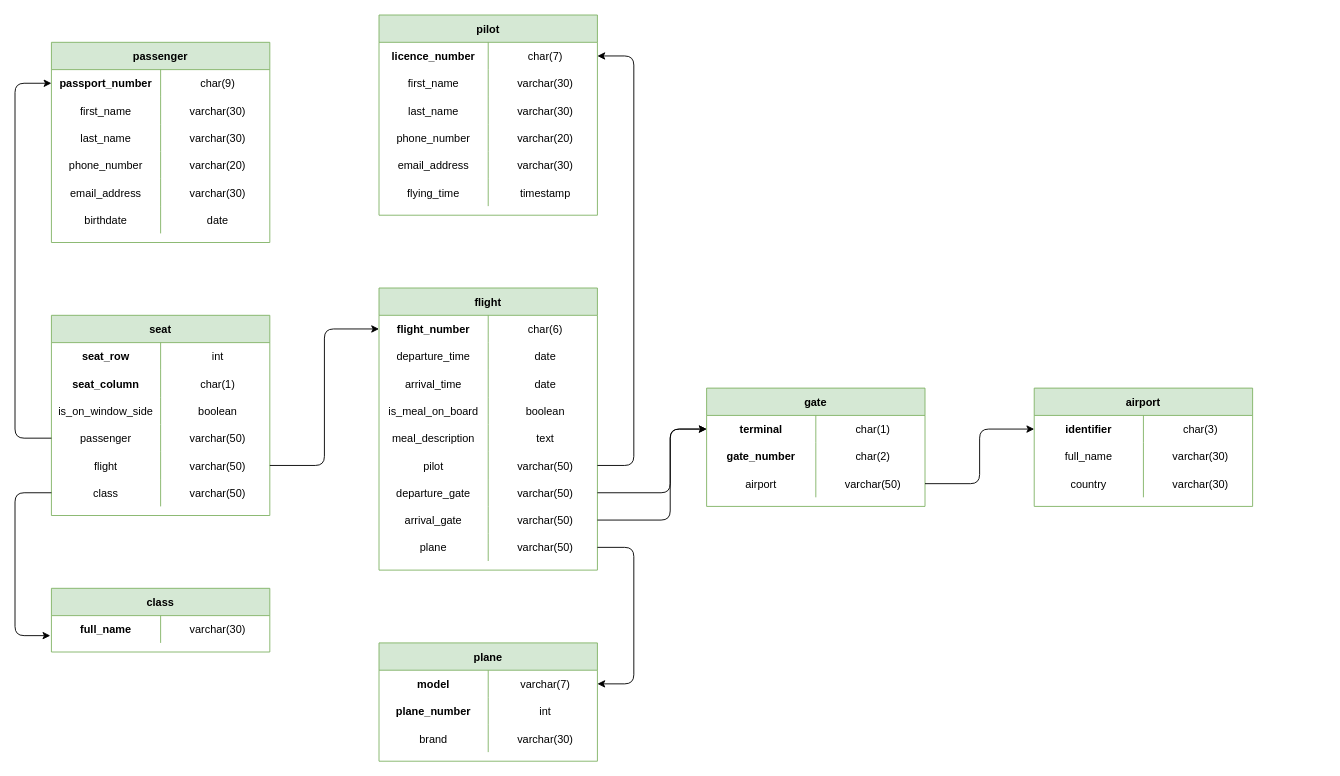
pauline-lr/Flight-manager keeps this draw.io diagram as Version 3.0/3.0 - schéma tables.drawio. Above is the earlier version. Source tidied: cells renumbered, new cells numbered last; positions are measured from the earlier drawing's top-left corner, leaving out a move shared by most shapes. Both pictures are drawn from the tidied source at 91%, with x=0, y=0 at pixel (15, 15).
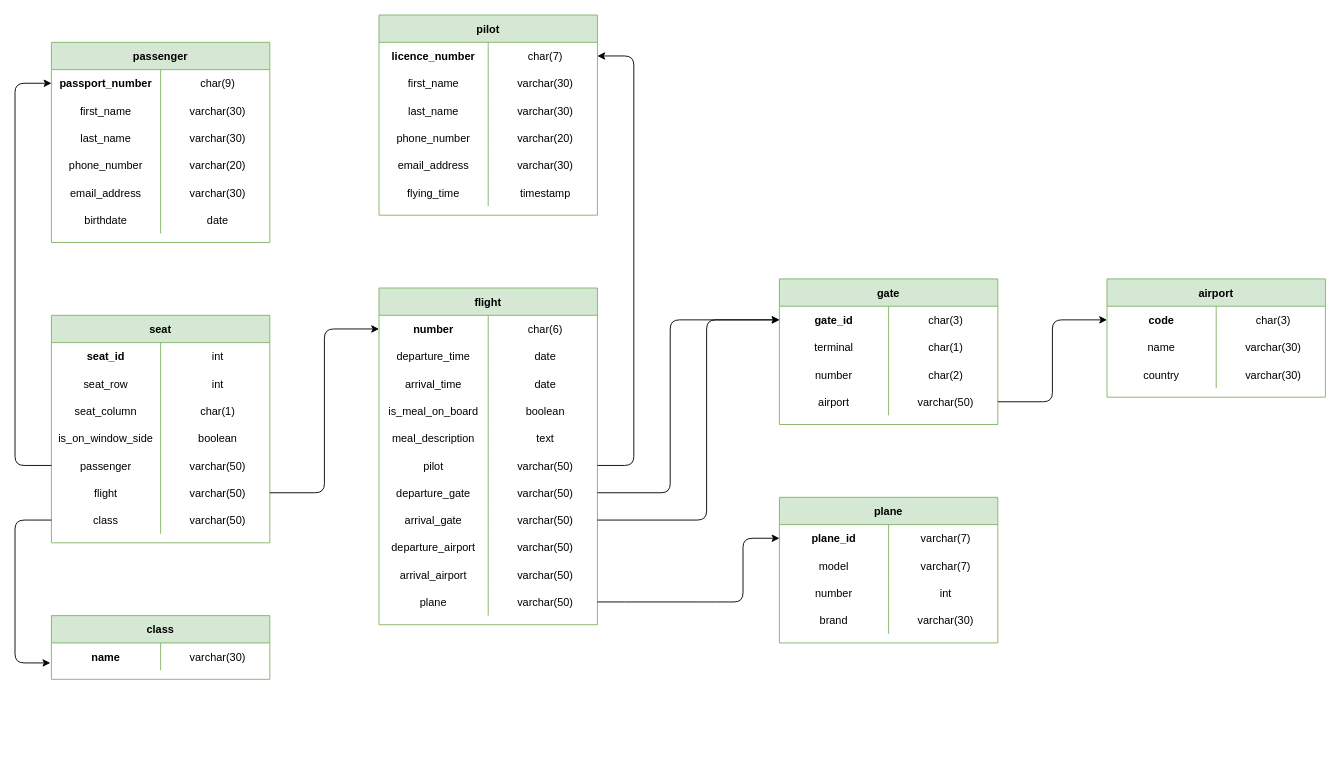
Above is the later version.

Unchanged cells that the change refers to:
```xml
<mxCell id="3" style="shape=partialRectangle;fillColor=none;top=0;left=0;bottom=0;right=0;points=[[0,0.5],[1,0.5]];portConstraint=eastwest;align=center;" parent="2" vertex="1">
  <mxGeometry y="30" width="240" height="30" as="geometry" />
</mxCell>
<mxCell id="21" style="shape=partialRectangle;fillColor=none;top=0;left=0;bottom=0;right=0;points=[[0,0.5],[1,0.5]];portConstraint=eastwest;align=center;" parent="2" vertex="1">
  <mxGeometry y="210" width="240" height="30" as="geometry" />
</mxCell>
<mxCell id="24" style="shape=partialRectangle;fillColor=none;top=0;left=0;bottom=0;right=0;points=[[0,0.5],[1,0.5]];portConstraint=eastwest;align=center;" parent="2" vertex="1">
  <mxGeometry y="240" width="240" height="30" as="geometry" />
</mxCell>
<mxCell id="31" style="shape=partialRectangle;fillColor=none;top=0;left=0;bottom=0;right=0;points=[[0,0.5],[1,0.5]];portConstraint=eastwest;align=center;" parent="30" vertex="1">
  <mxGeometry y="30" width="240" height="30" as="geometry" />
</mxCell>
<mxCell id="34" style="shape=partialRectangle;fillColor=none;top=0;left=0;bottom=0;right=0;align=center;" parent="30" vertex="1">
  <mxGeometry y="60" width="240" height="30" as="geometry" />
</mxCell>
<mxCell id="89" style="shape=partialRectangle;fillColor=none;top=0;left=0;bottom=0;right=0;points=[[0,0.5],[1,0.5]];portConstraint=eastwest;align=center;" parent="88" vertex="1">
  <mxGeometry y="30" width="240" height="30" as="geometry" />
</mxCell>
<mxCell id="112" style="shape=partialRectangle;fillColor=none;top=0;left=0;bottom=0;right=0;points=[[0,0.5],[1,0.5]];portConstraint=eastwest;align=center;" parent="111" vertex="1">
  <mxGeometry y="30" width="240" height="30" as="geometry" />
</mxCell>
```

The edit, as a diff of the source:
```diff
@@
     <mxCell id="2" value="flight" style="shape=table;startSize=30;childLayout=tableLayout;rowLines=0;fontStyle=1;align=center;fillColor=#d5e8d4;strokeColor=#82b366;" parent="1" vertex="1">
-      <mxGeometry x="400" y="300" width="240" height="310" as="geometry" />
+      <mxGeometry x="400" y="300" width="240" height="370" as="geometry" />
     </mxCell>
@@
-    <mxCell id="4" value="flight_number" style="shape=partialRectangle;fillColor=none;top=0;left=0;bottom=0;right=0;fontStyle=1;overflow=hidden;align=center;" parent="3" vertex="1">
+    <mxCell id="4" value="number" style="shape=partialRectangle;fillColor=none;top=0;left=0;bottom=0;right=0;fontStyle=1;overflow=hidden;align=center;" parent="3" vertex="1">
       <mxGeometry width="120" height="30" as="geometry" />
     </mxCell>
@@
+    <mxCell id="129" style="shape=partialRectangle;fillColor=none;top=0;left=0;bottom=0;right=0;align=center;" parent="2" vertex="1">
+      <mxGeometry y="270" width="240" height="30" as="geometry" />
+    </mxCell>
+    <mxCell id="130" value="departure_airport" style="shape=partialRectangle;fillColor=none;top=0;left=0;bottom=0;right=0;fontStyle=0;overflow=hidden;align=center;" parent="129" vertex="1">
+      <mxGeometry width="120" height="30" as="geometry" />
+    </mxCell>
+    <mxCell id="131" value="varchar(50)" style="shape=partialRectangle;fillColor=none;top=0;left=0;bottom=0;right=0;align=center;spacingLeft=6;fontStyle=0;overflow=hidden;" parent="129" vertex="1">
+      <mxGeometry x="120" width="120" height="30" as="geometry" />
+    </mxCell>
+    <mxCell id="132" style="shape=partialRectangle;fillColor=none;top=0;left=0;bottom=0;right=0;align=center;" parent="2" vertex="1">
+      <mxGeometry y="300" width="240" height="30" as="geometry" />
+    </mxCell>
+    <mxCell id="133" value="arrival_airport" style="shape=partialRectangle;fillColor=none;top=0;left=0;bottom=0;right=0;fontStyle=0;overflow=hidden;align=center;" parent="132" vertex="1">
+      <mxGeometry width="120" height="30" as="geometry" />
+    </mxCell>
+    <mxCell id="134" value="varchar(50)" style="shape=partialRectangle;fillColor=none;top=0;left=0;bottom=0;right=0;align=center;spacingLeft=6;fontStyle=0;overflow=hidden;" parent="132" vertex="1">
+      <mxGeometry x="120" width="120" height="30" as="geometry" />
+    </mxCell>
     <mxCell id="27" style="shape=partialRectangle;fillColor=none;top=0;left=0;bottom=0;right=0;points=[[0,0.5],[1,0.5]];portConstraint=eastwest;align=center;" parent="2" vertex="1">
-      <mxGeometry y="270" width="240" height="30" as="geometry" />
+      <mxGeometry y="330" width="240" height="30" as="geometry" />
     </mxCell>
@@
     <mxCell id="30" value="airport" style="shape=table;startSize=30;childLayout=tableLayout;rowLines=0;fontStyle=1;align=center;fillColor=#d5e8d4;strokeColor=#82b366;" parent="1" vertex="1">
-      <mxGeometry x="1120" y="410" width="240" height="130" as="geometry" />
+      <mxGeometry x="1200" y="290" width="240" height="130" as="geometry" />
     </mxCell>
@@
-    <mxCell id="32" value="identifier" style="shape=partialRectangle;fillColor=none;top=0;left=0;bottom=0;right=0;fontStyle=1;overflow=hidden;align=center;" parent="31" vertex="1">
+    <mxCell id="32" value="code" style="shape=partialRectangle;fillColor=none;top=0;left=0;bottom=0;right=0;fontStyle=1;overflow=hidden;align=center;" parent="31" vertex="1">
       <mxGeometry width="120" height="30" as="geometry" />
     </mxCell>
@@
-    <mxCell id="35" value="full_name" style="shape=partialRectangle;fillColor=none;top=0;left=0;bottom=0;right=0;fontStyle=0;overflow=hidden;align=center;" parent="34" vertex="1">
+    <mxCell id="35" value="name" style="shape=partialRectangle;fillColor=none;top=0;left=0;bottom=0;right=0;fontStyle=0;overflow=hidden;align=center;" parent="34" vertex="1">
       <mxGeometry width="120" height="30" as="geometry" />
     </mxCell>
@@
     <mxCell id="40" value="plane" style="shape=table;startSize=30;childLayout=tableLayout;rowLines=0;fontStyle=1;align=center;fillColor=#d5e8d4;strokeColor=#82b366;" parent="1" vertex="1">
-      <mxGeometry x="400" y="690" width="240" height="130" as="geometry" />
+      <mxGeometry x="840" y="530" width="240" height="160" as="geometry" />
     </mxCell>
+    <mxCell id="135" style="shape=partialRectangle;fillColor=none;top=0;left=0;bottom=0;right=0;points=[[0,0.5],[1,0.5]];portConstraint=eastwest;align=center;" parent="40" vertex="1">
+      <mxGeometry y="30" width="240" height="30" as="geometry" />
+    </mxCell>
+    <mxCell id="136" value="plane_id" style="shape=partialRectangle;fillColor=none;top=0;left=0;bottom=0;right=0;fontStyle=1;overflow=hidden;align=center;" parent="135" vertex="1">
+      <mxGeometry width="120" height="30" as="geometry" />
+    </mxCell>
+    <mxCell id="137" value="varchar(7)" style="shape=partialRectangle;fillColor=none;top=0;left=0;bottom=0;right=0;align=center;spacingLeft=6;fontStyle=0;overflow=hidden;" parent="135" vertex="1">
+      <mxGeometry x="120" width="120" height="30" as="geometry" />
+    </mxCell>
     <mxCell id="41" style="shape=partialRectangle;fillColor=none;top=0;left=0;bottom=0;right=0;points=[[0,0.5],[1,0.5]];portConstraint=eastwest;align=center;" parent="40" vertex="1">
-      <mxGeometry y="30" width="240" height="30" as="geometry" />
+      <mxGeometry y="60" width="240" height="30" as="geometry" />
     </mxCell>
-    <mxCell id="42" value="model" style="shape=partialRectangle;fillColor=none;top=0;left=0;bottom=0;right=0;fontStyle=1;overflow=hidden;align=center;" parent="41" vertex="1">
+    <mxCell id="42" value="model" style="shape=partialRectangle;fillColor=none;top=0;left=0;bottom=0;right=0;fontStyle=0;overflow=hidden;align=center;" parent="41" vertex="1">
       <mxGeometry width="120" height="30" as="geometry" />
     </mxCell>
@@
     <mxCell id="44" style="shape=partialRectangle;fillColor=none;top=0;left=0;bottom=0;right=0;align=center;" parent="40" vertex="1">
-      <mxGeometry y="60" width="240" height="30" as="geometry" />
+      <mxGeometry y="90" width="240" height="30" as="geometry" />
     </mxCell>
-    <mxCell id="45" value="plane_number" style="shape=partialRectangle;fillColor=none;top=0;left=0;bottom=0;right=0;fontStyle=1;overflow=hidden;align=center;" parent="44" vertex="1">
+    <mxCell id="45" value="number" style="shape=partialRectangle;fillColor=none;top=0;left=0;bottom=0;right=0;fontStyle=0;overflow=hidden;align=center;" parent="44" vertex="1">
       <mxGeometry width="120" height="30" as="geometry" />
     </mxCell>
@@
     <mxCell id="47" style="shape=partialRectangle;fillColor=none;top=0;left=0;bottom=0;right=0;align=center;" parent="40" vertex="1">
-      <mxGeometry y="90" width="240" height="30" as="geometry" />
+      <mxGeometry y="120" width="240" height="30" as="geometry" />
     </mxCell>
@@
     <mxCell id="69" value="seat" style="shape=table;startSize=30;childLayout=tableLayout;rowLines=0;fontStyle=1;align=center;fillColor=#d5e8d4;strokeColor=#82b366;" parent="1" vertex="1">
-      <mxGeometry x="40" y="330" width="240" height="220" as="geometry" />
+      <mxGeometry x="40" y="330" width="240" height="250" as="geometry" />
     </mxCell>
+    <mxCell id="138" style="shape=partialRectangle;fillColor=none;top=0;left=0;bottom=0;right=0;align=center;" parent="69" vertex="1">
+      <mxGeometry y="30" width="240" height="30" as="geometry" />
+    </mxCell>
+    <mxCell id="139" value="seat_id" style="shape=partialRectangle;fillColor=none;top=0;left=0;bottom=0;right=0;fontStyle=1;overflow=hidden;align=center;" parent="138" vertex="1">
+      <mxGeometry width="120" height="30" as="geometry" />
+    </mxCell>
+    <mxCell id="140" value="int" style="shape=partialRectangle;fillColor=none;top=0;left=0;bottom=0;right=0;align=center;spacingLeft=6;fontStyle=0;overflow=hidden;" parent="138" vertex="1">
+      <mxGeometry x="120" width="120" height="30" as="geometry" />
+    </mxCell>
     <mxCell id="70" style="shape=partialRectangle;fillColor=none;top=0;left=0;bottom=0;right=0;align=center;" parent="69" vertex="1">
-      <mxGeometry y="30" width="240" height="30" as="geometry" />
+      <mxGeometry y="60" width="240" height="30" as="geometry" />
     </mxCell>
-    <mxCell id="71" value="seat_row" style="shape=partialRectangle;fillColor=none;top=0;left=0;bottom=0;right=0;fontStyle=1;overflow=hidden;align=center;" parent="70" vertex="1">
+    <mxCell id="71" value="seat_row" style="shape=partialRectangle;fillColor=none;top=0;left=0;bottom=0;right=0;fontStyle=0;overflow=hidden;align=center;" parent="70" vertex="1">
       <mxGeometry width="120" height="30" as="geometry" />
     </mxCell>
@@
     <mxCell id="73" style="shape=partialRectangle;fillColor=none;top=0;left=0;bottom=0;right=0;align=center;" parent="69" vertex="1">
-      <mxGeometry y="60" width="240" height="30" as="geometry" />
+      <mxGeometry y="90" width="240" height="30" as="geometry" />
     </mxCell>
-    <mxCell id="74" value="seat_column" style="shape=partialRectangle;fillColor=none;top=0;left=0;bottom=0;right=0;fontStyle=1;overflow=hidden;align=center;" parent="73" vertex="1">
+    <mxCell id="74" value="seat_column" style="shape=partialRectangle;fillColor=none;top=0;left=0;bottom=0;right=0;fontStyle=0;overflow=hidden;align=center;" parent="73" vertex="1">
       <mxGeometry width="120" height="30" as="geometry" />
     </mxCell>
@@
     <mxCell id="76" style="shape=partialRectangle;fillColor=none;top=0;left=0;bottom=0;right=0;align=center;" parent="69" vertex="1">
-      <mxGeometry y="90" width="240" height="30" as="geometry" />
+      <mxGeometry y="120" width="240" height="30" as="geometry" />
     </mxCell>
@@
     <mxCell id="79" style="shape=partialRectangle;fillColor=none;top=0;left=0;bottom=0;right=0;points=[[0,0.5],[1,0.5]];portConstraint=eastwest;align=center;" parent="69" vertex="1">
-      <mxGeometry y="120" width="240" height="30" as="geometry" />
+      <mxGeometry y="150" width="240" height="30" as="geometry" />
     </mxCell>
@@
     <mxCell id="82" style="shape=partialRectangle;fillColor=none;top=0;left=0;bottom=0;right=0;points=[[0,0.5],[1,0.5]];portConstraint=eastwest;align=center;" parent="69" vertex="1">
-      <mxGeometry y="150" width="240" height="30" as="geometry" />
+      <mxGeometry y="180" width="240" height="30" as="geometry" />
     </mxCell>
@@
     <mxCell id="85" style="shape=partialRectangle;fillColor=none;top=0;left=0;bottom=0;right=0;points=[[0,0.5],[1,0.5]];portConstraint=eastwest;align=center;" parent="69" vertex="1">
-      <mxGeometry y="180" width="240" height="30" as="geometry" />
+      <mxGeometry y="210" width="240" height="30" as="geometry" />
     </mxCell>
@@
     <mxCell id="107" style="endArrow=classic;startArrow=none;html=1;exitX=1;exitY=0.5;exitDx=0;exitDy=0;entryX=0;entryY=0.5;entryDx=0;entryDy=0;startFill=0;align=center;" parent="1" edge="1" source="82" target="3">
       <mxGeometry relative="1" as="geometry">
         <Array as="points">
-          <mxPoint x="340" y="495" />
+          <mxPoint x="340" y="525" />
           <mxPoint x="340" y="345" />
         </Array>
       </mxGeometry>
     </mxCell>
     <mxCell id="108" style="endArrow=none;startArrow=classic;html=1;entryX=0;entryY=0.5;entryDx=0;entryDy=0;exitX=0;exitY=0.5;exitDx=0;exitDy=0;endFill=0;align=center;" parent="1" edge="1" source="89" target="79">
       <mxGeometry relative="1" as="geometry">
         <Array as="points">
           <mxPoint y="75" />
-          <mxPoint y="465" />
+          <mxPoint y="495" />
         </Array>
       </mxGeometry>
     </mxCell>
@@
-    <mxCell id="110" style="endArrow=classic;html=1;exitX=1;exitY=0.5;exitDx=0;exitDy=0;align=center;entryX=1;entryY=0.5;entryDx=0;entryDy=0;" parent="1" edge="1" source="27" target="41">
+    <mxCell id="110" style="endArrow=classic;html=1;exitX=1;exitY=0.5;exitDx=0;exitDy=0;align=center;entryX=0;entryY=0.5;entryDx=0;entryDy=0;" parent="1" edge="1" source="27" target="135">
       <mxGeometry relative="1" as="geometry">
         <Array as="points">
-          <mxPoint x="680" y="585" />
-          <mxPoint x="680" y="735" />
+          <mxPoint x="680" y="645" />
+          <mxPoint x="760" y="645" />
+          <mxPoint x="800" y="645" />
+          <mxPoint x="800" y="575" />
         </Array>
       </mxGeometry>
     </mxCell>
     <mxCell id="111" value="class" style="shape=table;startSize=30;childLayout=tableLayout;rowLines=0;fontStyle=1;align=center;fillColor=#d5e8d4;strokeColor=#82b366;" parent="1" vertex="1">
-      <mxGeometry x="40" y="630" width="240" height="70" as="geometry" />
+      <mxGeometry x="40" y="660" width="240" height="70" as="geometry" />
     </mxCell>
@@
-    <mxCell id="113" value="full_name" style="shape=partialRectangle;fillColor=none;top=0;left=0;bottom=0;right=0;fontStyle=1;overflow=hidden;align=center;" parent="112" vertex="1">
+    <mxCell id="113" value="name" style="shape=partialRectangle;fillColor=none;top=0;left=0;bottom=0;right=0;fontStyle=1;overflow=hidden;align=center;" parent="112" vertex="1">
       <mxGeometry width="120" height="30" as="geometry" />
     </mxCell>
@@
     <mxCell id="115" style="endArrow=classic;html=1;exitX=0;exitY=0.5;exitDx=0;exitDy=0;entryX=-0.005;entryY=0.733;entryDx=0;entryDy=0;entryPerimeter=0;align=center;" parent="1" edge="1" source="85" target="112">
       <mxGeometry relative="1" as="geometry">
         <Array as="points">
-          <mxPoint y="525" />
-          <mxPoint y="682" />
+          <mxPoint y="555" />
+          <mxPoint y="712" />
         </Array>
       </mxGeometry>
     </mxCell>
     <mxCell id="116" value="gate" style="shape=table;startSize=30;childLayout=tableLayout;rowLines=0;fontStyle=1;align=center;fillColor=#d5e8d4;strokeColor=#82b366;" parent="1" vertex="1">
-      <mxGeometry x="760" y="410" width="240" height="130" as="geometry" />
+      <mxGeometry x="840" y="290" width="240" height="160" as="geometry" />
     </mxCell>
+    <mxCell id="141" style="shape=partialRectangle;fillColor=none;top=0;left=0;bottom=0;right=0;points=[[0,0.5],[1,0.5]];portConstraint=eastwest;align=center;" parent="116" vertex="1">
+      <mxGeometry y="30" width="240" height="30" as="geometry" />
+    </mxCell>
+    <mxCell id="142" value="gate_id" style="shape=partialRectangle;fillColor=none;top=0;left=0;bottom=0;right=0;fontStyle=1;overflow=hidden;align=center;" parent="141" vertex="1">
+      <mxGeometry width="120" height="30" as="geometry" />
+    </mxCell>
+    <mxCell id="143" value="char(3)" style="shape=partialRectangle;fillColor=none;top=0;left=0;bottom=0;right=0;align=center;spacingLeft=6;fontStyle=0;overflow=hidden;" parent="141" vertex="1">
+      <mxGeometry x="120" width="120" height="30" as="geometry" />
+    </mxCell>
     <mxCell id="117" style="shape=partialRectangle;fillColor=none;top=0;left=0;bottom=0;right=0;points=[[0,0.5],[1,0.5]];portConstraint=eastwest;align=center;" parent="116" vertex="1">
-      <mxGeometry y="30" width="240" height="30" as="geometry" />
+      <mxGeometry y="60" width="240" height="30" as="geometry" />
     </mxCell>
-    <mxCell id="118" value="terminal" style="shape=partialRectangle;fillColor=none;top=0;left=0;bottom=0;right=0;fontStyle=1;overflow=hidden;align=center;" parent="117" vertex="1">
+    <mxCell id="118" value="terminal" style="shape=partialRectangle;fillColor=none;top=0;left=0;bottom=0;right=0;fontStyle=0;overflow=hidden;align=center;" parent="117" vertex="1">
       <mxGeometry width="120" height="30" as="geometry" />
     </mxCell>
@@
     <mxCell id="120" style="shape=partialRectangle;fillColor=none;top=0;left=0;bottom=0;right=0;align=center;" parent="116" vertex="1">
-      <mxGeometry y="60" width="240" height="30" as="geometry" />
+      <mxGeometry y="90" width="240" height="30" as="geometry" />
     </mxCell>
-    <mxCell id="121" value="gate_number" style="shape=partialRectangle;fillColor=none;top=0;left=0;bottom=0;right=0;fontStyle=1;overflow=hidden;align=center;" parent="120" vertex="1">
+    <mxCell id="121" value="number" style="shape=partialRectangle;fillColor=none;top=0;left=0;bottom=0;right=0;fontStyle=0;overflow=hidden;align=center;" parent="120" vertex="1">
       <mxGeometry width="120" height="30" as="geometry" />
     </mxCell>
@@
     <mxCell id="123" style="shape=partialRectangle;fillColor=none;top=0;left=0;bottom=0;right=0;points=[[0,0.5],[1,0.5]];portConstraint=eastwest;align=center;" parent="116" vertex="1">
-      <mxGeometry y="90" width="240" height="30" as="geometry" />
+      <mxGeometry y="120" width="240" height="30" as="geometry" />
     </mxCell>
@@
-    <mxCell id="126" style="endArrow=classic;html=1;align=center;exitX=1;exitY=0.5;exitDx=0;exitDy=0;entryX=0;entryY=0.5;entryDx=0;entryDy=0;" parent="1" edge="1" source="21" target="117">
+    <mxCell id="126" style="endArrow=classic;html=1;align=center;exitX=1;exitY=0.5;exitDx=0;exitDy=0;entryX=0;entryY=0.5;entryDx=0;entryDy=0;" parent="1" edge="1" source="21" target="141">
       <mxGeometry relative="1" as="geometry">
         <Array as="points">
           <mxPoint x="720" y="525" />
-          <mxPoint x="720" y="455" />
+          <mxPoint x="720" y="335" />
         </Array>
       </mxGeometry>
     </mxCell>
-    <mxCell id="127" style="endArrow=classic;html=1;align=center;exitX=1;exitY=0.5;exitDx=0;exitDy=0;entryX=0;entryY=0.5;entryDx=0;entryDy=0;" parent="1" edge="1" source="24" target="117">
+    <mxCell id="127" style="endArrow=classic;html=1;align=center;exitX=1;exitY=0.5;exitDx=0;exitDy=0;entryX=0;entryY=0.5;entryDx=0;entryDy=0;" parent="1" edge="1" source="24" target="141">
       <mxGeometry relative="1" as="geometry">
         <Array as="points">
-          <mxPoint x="720" y="555" />
-          <mxPoint x="720" y="455" />
+          <mxPoint x="760" y="555" />
+          <mxPoint x="760" y="335" />
         </Array>
       </mxGeometry>
     </mxCell>
     <mxCell id="128" style="endArrow=classic;html=1;align=center;exitX=1;exitY=0.5;exitDx=0;exitDy=0;entryX=0;entryY=0.5;entryDx=0;entryDy=0;" parent="1" edge="1" source="123" target="31">
       <mxGeometry relative="1" as="geometry">
         <Array as="points">
-          <mxPoint x="1060" y="515" />
-          <mxPoint x="1060" y="455" />
+          <mxPoint x="1140" y="425" />
+          <mxPoint x="1140" y="335" />
         </Array>
       </mxGeometry>
     </mxCell>
```
